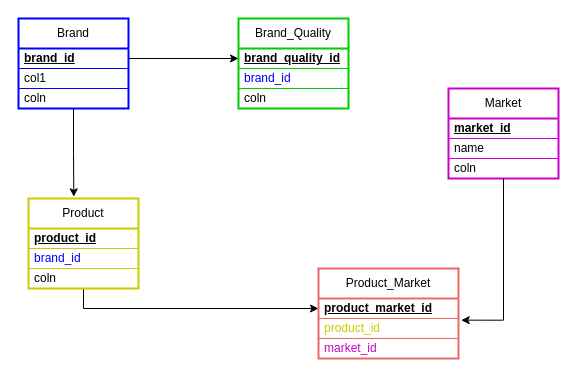
This is product_structure.drawio from vadramson/Drawings, a draw.io file, before an edit. Source tidied: cells renumbered, new cells numbered last; positions are measured from the earlier drawing's top-left corner, leaving out a move shared by most shapes. Both pictures are drawn from the tidied source at 100%, with x=0, y=0 at pixel (18, 18).
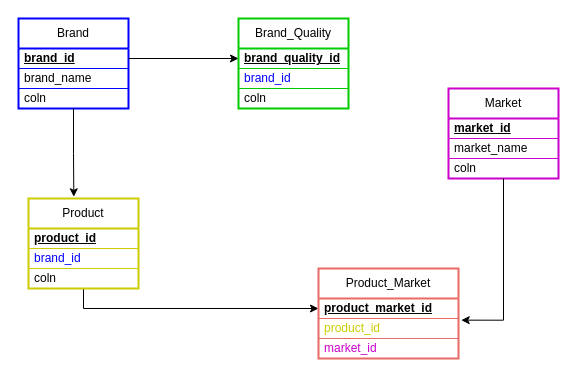
The same diagram, later.

Unchanged cells that the change refers to:
```xml
<mxCell id="2" value="Brand" style="swimlane;fontStyle=0;horizontal=1;startSize=30;whiteSpace=wrap;html=1;strokeColor=#0000FF;strokeWidth=2;" parent="1" vertex="1">
  <mxGeometry width="110" height="90" as="geometry" />
</mxCell>
<mxCell id="19" value="Market" style="swimlane;fontStyle=0;horizontal=1;startSize=30;whiteSpace=wrap;html=1;strokeColor=#CC00CC;strokeWidth=2;" parent="1" vertex="1">
  <mxGeometry x="430" y="70" width="110" height="90" as="geometry" />
</mxCell>
```

Diff of the diagram source:
```diff
@@
-    <mxCell id="4" value="col1" style="text;strokeColor=#0000FF;fillColor=none;align=left;verticalAlign=middle;spacingLeft=4;spacingRight=4;overflow=hidden;whiteSpace=wrap;html=1;perimeterSpacing=1;" parent="2" vertex="1">
+    <mxCell id="4" value="brand_name" style="text;strokeColor=#0000FF;fillColor=none;align=left;verticalAlign=middle;spacingLeft=4;spacingRight=4;overflow=hidden;whiteSpace=wrap;html=1;perimeterSpacing=1;" parent="2" vertex="1">
       <mxGeometry y="50" width="110" height="20" as="geometry" />
     </mxCell>
@@
-    <mxCell id="21" value="name" style="text;strokeColor=#CC00CC;fillColor=none;align=left;verticalAlign=middle;spacingLeft=4;spacingRight=4;overflow=hidden;whiteSpace=wrap;html=1;perimeterSpacing=1;" parent="19" vertex="1">
+    <mxCell id="21" value="market_name" style="text;strokeColor=#CC00CC;fillColor=none;align=left;verticalAlign=middle;spacingLeft=4;spacingRight=4;overflow=hidden;whiteSpace=wrap;html=1;perimeterSpacing=1;" parent="19" vertex="1">
       <mxGeometry y="50" width="110" height="20" as="geometry" />
     </mxCell>
```
